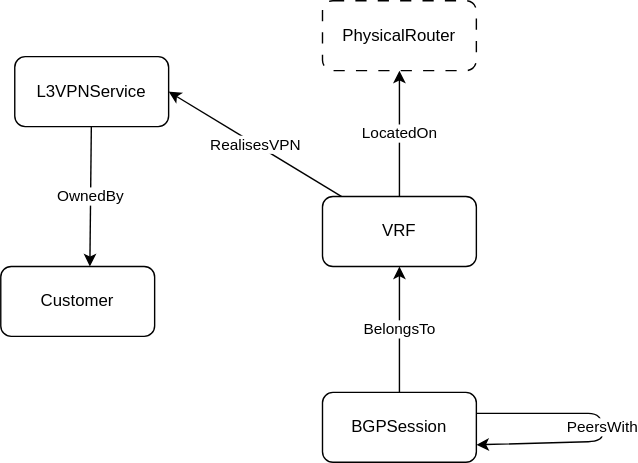
The draw.io diagram docs/drawings/spanner/logical-graph.drawio.svg in matteote/gnnsandbox-twindq-bench, before a commit. Source tidied: cells renumbered, new cells last; positions are measured from the earlier drawing's top-left corner, leaving out a move shared by most shapes. The source it was exported from:
```xml
<mxGraphModel>
  <root>
    <mxCell id="0" />
    <mxCell id="1" parent="0" />
    <mxCell id="2" value="L3VPNService" style="rounded=1;whiteSpace=wrap;html=1;" parent="1" vertex="1">
      <mxGeometry x="10" y="40" width="110" height="50" as="geometry" />
    </mxCell>
    <mxCell id="3" value="Customer" style="rounded=1;whiteSpace=wrap;html=1;" parent="1" vertex="1">
      <mxGeometry y="190" width="110" height="50" as="geometry" />
    </mxCell>
    <mxCell id="4" value="BelongsTo" style="edgeStyle=none;html=1;entryX=0.5;entryY=1;entryDx=0;entryDy=0;" parent="1" edge="1" source="5" target="8">
      <mxGeometry relative="1" as="geometry" />
    </mxCell>
    <mxCell id="5" value="BGPSession" style="rounded=1;whiteSpace=wrap;html=1;" parent="1" vertex="1">
      <mxGeometry x="230" y="280" width="110" height="50" as="geometry" />
    </mxCell>
    <mxCell id="6" value="RealisesVPN" style="edgeStyle=none;html=1;entryX=1;entryY=0.5;entryDx=0;entryDy=0;" parent="1" edge="1" source="8" target="2">
      <mxGeometry relative="1" as="geometry" />
    </mxCell>
    <mxCell id="7" value="LocatedOn" style="edgeStyle=none;html=1;entryX=0.5;entryY=1;entryDx=0;entryDy=0;" parent="1" edge="1" source="8" target="10">
      <mxGeometry relative="1" as="geometry" />
    </mxCell>
    <mxCell id="8" value="VRF" style="rounded=1;whiteSpace=wrap;html=1;" parent="1" vertex="1">
      <mxGeometry x="230" y="140" width="110" height="50" as="geometry" />
    </mxCell>
    <mxCell id="9" value="OwnedBy" style="edgeStyle=none;html=1;entryX=0.579;entryY=-0.001;entryDx=0;entryDy=0;entryPerimeter=0;" parent="1" edge="1" source="2" target="3">
      <mxGeometry relative="1" as="geometry" />
    </mxCell>
    <mxCell id="10" value="PhysicalRouter" style="rounded=1;whiteSpace=wrap;html=1;dashed=1;dashPattern=8 8;" parent="1" vertex="1">
      <mxGeometry x="230" width="110" height="50" as="geometry" />
    </mxCell>
    <mxCell id="11" value="PeersWith" style="edgeStyle=orthogonalEdgeStyle;html=1;entryX=1;entryY=0.75;entryDx=0;entryDy=0;" parent="1" edge="1" source="5" target="5">
      <mxGeometry relative="1" as="geometry">
        <Array as="points">
          <mxPoint x="430" y="310" />
        </Array>
      </mxGeometry>
    </mxCell>
  </root>
</mxGraphModel>
```
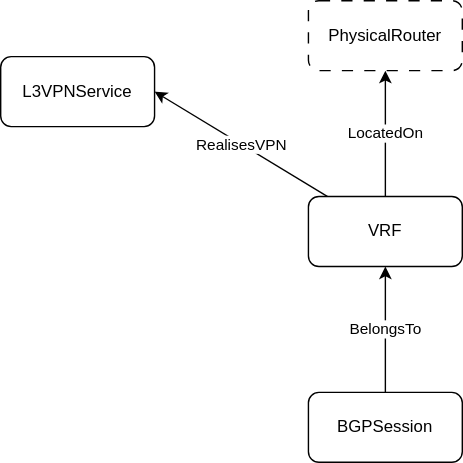
The same file after the commit.

The edit, as a diff of the source:
```diff
@@ -5,9 +5,6 @@
     <mxCell id="2" value="L3VPNService" style="rounded=1;whiteSpace=wrap;html=1;" parent="1" vertex="1">
       <mxGeometry x="10" y="40" width="110" height="50" as="geometry" />
     </mxCell>
-    <mxCell id="3" value="Customer" style="rounded=1;whiteSpace=wrap;html=1;" parent="1" vertex="1">
-      <mxGeometry y="190" width="110" height="50" as="geometry" />
-    </mxCell>
     <mxCell id="4" value="BelongsTo" style="edgeStyle=none;html=1;entryX=0.5;entryY=1;entryDx=0;entryDy=0;" parent="1" edge="1" source="5" target="8">
       <mxGeometry relative="1" as="geometry" />
     </mxCell>
@@ -23,18 +20,8 @@
     <mxCell id="8" value="VRF" style="rounded=1;whiteSpace=wrap;html=1;" parent="1" vertex="1">
       <mxGeometry x="230" y="140" width="110" height="50" as="geometry" />
     </mxCell>
-    <mxCell id="9" value="OwnedBy" style="edgeStyle=none;html=1;entryX=0.579;entryY=-0.001;entryDx=0;entryDy=0;entryPerimeter=0;" parent="1" edge="1" source="2" target="3">
-      <mxGeometry relative="1" as="geometry" />
-    </mxCell>
     <mxCell id="10" value="PhysicalRouter" style="rounded=1;whiteSpace=wrap;html=1;dashed=1;dashPattern=8 8;" parent="1" vertex="1">
       <mxGeometry x="230" width="110" height="50" as="geometry" />
     </mxCell>
-    <mxCell id="11" value="PeersWith" style="edgeStyle=orthogonalEdgeStyle;html=1;entryX=1;entryY=0.75;entryDx=0;entryDy=0;" parent="1" edge="1" source="5" target="5">
-      <mxGeometry relative="1" as="geometry">
-        <Array as="points">
-          <mxPoint x="430" y="310" />
-        </Array>
-      </mxGeometry>
-    </mxCell>
   </root>
 </mxGraphModel>
```
